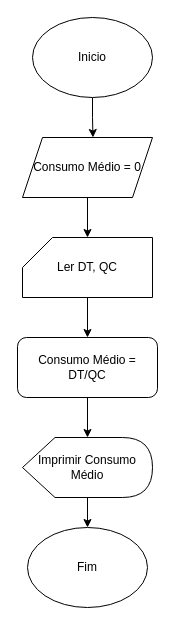
LuizHelio-Fim/Fluxogramas keeps this draw.io diagram as Fourth Diagram.drawio. Above is the earlier version. Source tidied: cells renumbered, new cells numbered last; positions are measured from the earlier drawing's top-left corner, leaving out a move shared by most shapes. Both pictures are drawn from the tidied source at 100%, with x=0, y=0 at pixel (17, 17).
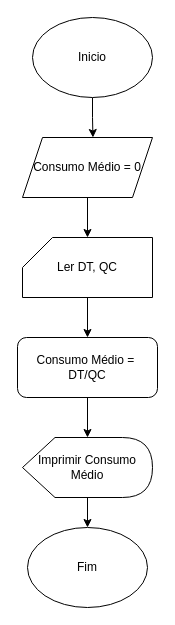
After the change.

The edit, as a diff of the source:
```diff
@@
 <mxGraphModel>
   <root>
     <mxCell id="0" />
     <mxCell id="1" parent="0" />
     <mxCell id="2" style="edgeStyle=orthogonalEdgeStyle;rounded=0;jettySize=auto;html=1;entryX=0.542;entryY=0;entryDx=0;entryDy=0;entryPerimeter=0;" parent="1" edge="1" source="3" target="7">
       <mxGeometry relative="1" as="geometry" />
     </mxCell>
     <mxCell id="3" value="Inicio" style="ellipse;whiteSpace=wrap;html=1;" parent="1" vertex="1">
       <mxGeometry x="15" width="120" height="80" as="geometry" />
     </mxCell>
     <mxCell id="4" style="edgeStyle=orthogonalEdgeStyle;rounded=0;jettySize=auto;html=1;" parent="1" edge="1" source="5" target="9">
       <mxGeometry relative="1" as="geometry" />
     </mxCell>
     <mxCell id="5" value="Ler DT, QC" style="shape=card;whiteSpace=wrap;html=1;" parent="1" vertex="1">
       <mxGeometry x="5" y="220" width="130" height="60" as="geometry" />
     </mxCell>
     <mxCell id="6" style="edgeStyle=orthogonalEdgeStyle;rounded=0;jettySize=auto;html=1;" parent="1" edge="1" source="7" target="5">
       <mxGeometry relative="1" as="geometry" />
     </mxCell>
     <mxCell id="7" value="Consumo Médio = 0" style="shape=parallelogram;perimeter=parallelogramPerimeter;whiteSpace=wrap;html=1;fixedSize=1;" parent="1" vertex="1">
       <mxGeometry x="5" y="120" width="130" height="60" as="geometry" />
     </mxCell>
     <mxCell id="8" style="edgeStyle=orthogonalEdgeStyle;rounded=0;jettySize=auto;html=1;" parent="1" edge="1" source="9" target="11">
       <mxGeometry relative="1" as="geometry" />
     </mxCell>
-    <mxCell id="9" value="Consumo Médio = DT/QC" style="rounded=1;whiteSpace=wrap;html=1;" parent="1" vertex="1">
+    <mxCell id="9" value="&lt;div&gt;Consumo Médio =&amp;nbsp;&lt;/div&gt;&lt;div&gt;DT/QC&lt;/div&gt;" style="rounded=1;whiteSpace=wrap;html=1;" parent="1" vertex="1">
       <mxGeometry y="320" width="140" height="60" as="geometry" />
     </mxCell>
     <mxCell id="10" style="edgeStyle=orthogonalEdgeStyle;rounded=0;jettySize=auto;html=1;" parent="1" edge="1" source="11" target="12">
       <mxGeometry relative="1" as="geometry" />
     </mxCell>
     <mxCell id="11" value="Imprimir Consumo Médio" style="shape=display;whiteSpace=wrap;html=1;" parent="1" vertex="1">
       <mxGeometry x="5" y="420" width="130" height="60" as="geometry" />
     </mxCell>
     <mxCell id="12" value="Fim" style="ellipse;whiteSpace=wrap;html=1;" parent="1" vertex="1">
       <mxGeometry x="10" y="510" width="120" height="80" as="geometry" />
     </mxCell>
   </root>
 </mxGraphModel>
```
